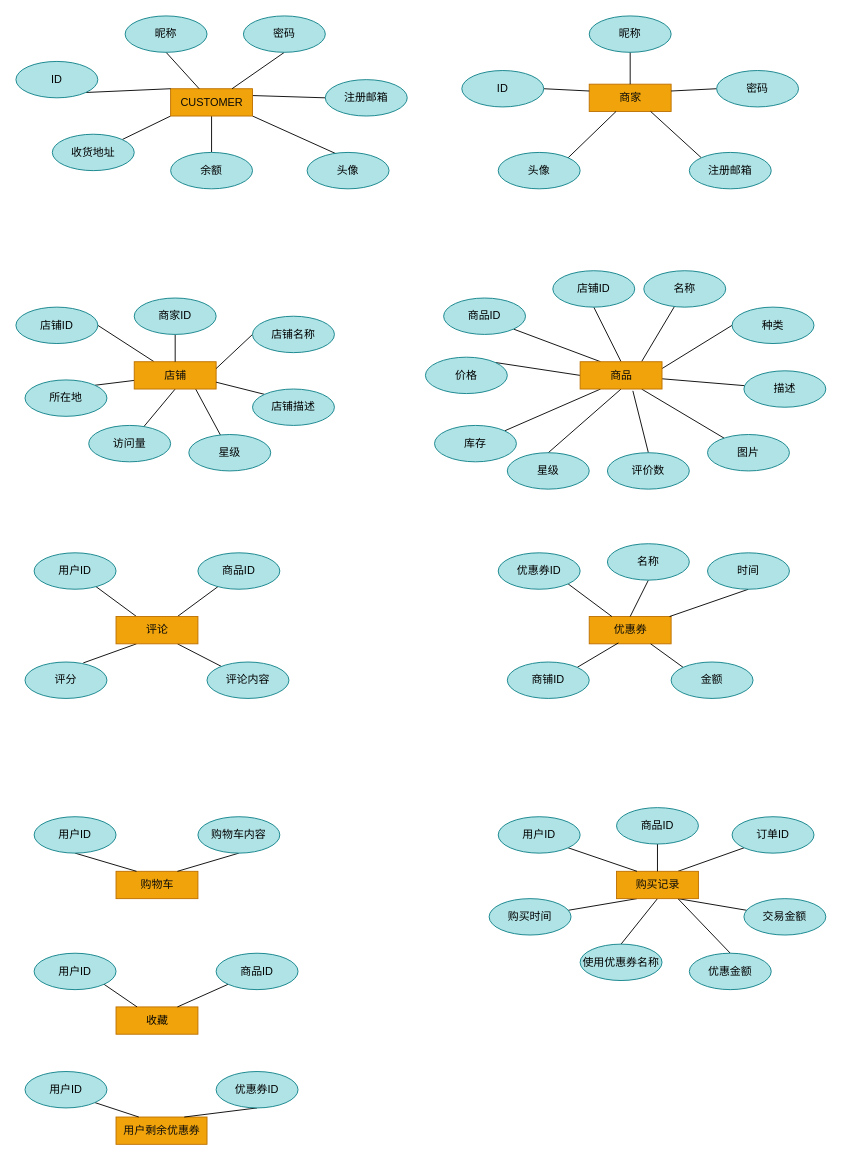
Anlarry/TaoQi keeps this draw.io diagram as page "Page-3" (3 of 3) of Untitled Diagram.drawio. Above is the earlier version. Source tidied: cells renumbered, new cells numbered last; positions are measured from the earlier drawing's top-left corner, leaving out a move shared by most shapes. Both pictures are drawn from the tidied source at 91%, with x=0, y=0 at pixel (15, 15).
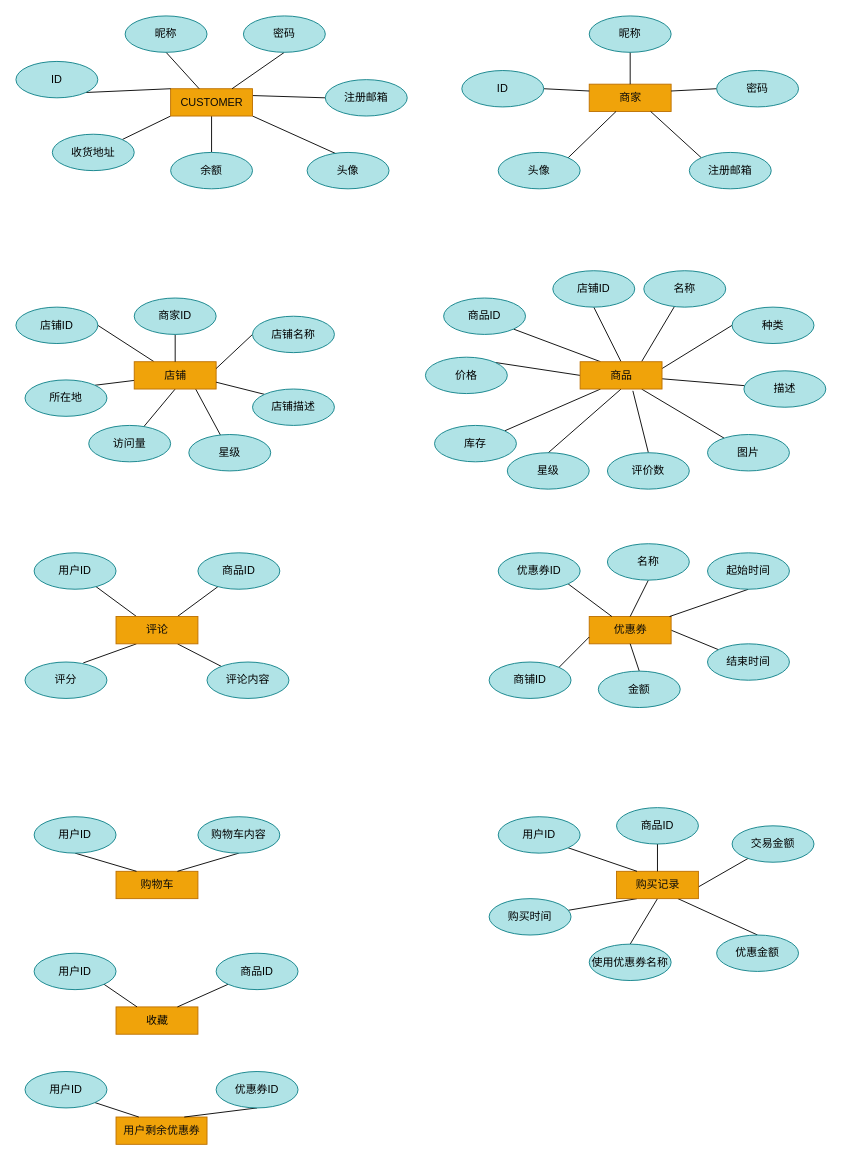
The same diagram, later.

The change refers to these unchanged cells:
```xml
<mxCell id="73" value="&lt;font color=&quot;#0A0A0A&quot;&gt;优惠券&lt;/font&gt;" style="html=1;dashed=0;whitespace=wrap;fillColor=#f0a30a;strokeColor=#BD7000;fontColor=#ffffff;" parent="1" vertex="1">
  <mxGeometry x="630" y="660" width="90" height="30" as="geometry" />
</mxCell>
<mxCell id="92" value="&lt;font color=&quot;#0A0A0A&quot;&gt;购买记录&lt;/font&gt;" style="html=1;dashed=0;whitespace=wrap;fillColor=#f0a30a;strokeColor=#BD7000;fontColor=#ffffff;" parent="1" vertex="1">
  <mxGeometry x="660" y="940" width="90" height="30" as="geometry" />
</mxCell>
```

What changed in the source:
```diff
@@
+    <mxCell id="114" style="edgeStyle=none;rounded=0;jettySize=auto;html=1;exitX=1;exitY=0.5;exitDx=0;exitDy=0;endArrow=none;endFill=0;" parent="1" edge="1" source="73" target="115">
+      <mxGeometry relative="1" as="geometry" />
+    </mxCell>
@@
-    <mxCell id="74" style="edgeStyle=none;rounded=0;jettySize=auto;html=1;exitX=1;exitY=0;exitDx=0;exitDy=0;entryX=0.356;entryY=0.967;entryDx=0;entryDy=0;entryPerimeter=0;endArrow=none;endFill=0;" parent="1" edge="1" source="75" target="73">
+    <mxCell id="74" style="edgeStyle=none;rounded=0;jettySize=auto;html=1;exitX=1;exitY=0;exitDx=0;exitDy=0;entryX=0;entryY=0.75;entryDx=0;entryDy=0;endArrow=none;endFill=0;" parent="1" edge="1" source="75" target="73">
       <mxGeometry relative="1" as="geometry" />
     </mxCell>
     <mxCell id="75" value="商铺ID" style="ellipse;whiteSpace=wrap;html=1;fillColor=#b0e3e6;strokeColor=#0e8088;" parent="1" vertex="1">
-      <mxGeometry x="540" y="710" width="90" height="40" as="geometry" />
+      <mxGeometry x="520" y="710" width="90" height="40" as="geometry" />
     </mxCell>
@@
-    <mxCell id="77" value="时间" style="ellipse;whiteSpace=wrap;html=1;fillColor=#b0e3e6;strokeColor=#0e8088;" parent="1" vertex="1">
+    <mxCell id="77" value="起始时间" style="ellipse;whiteSpace=wrap;html=1;fillColor=#b0e3e6;strokeColor=#0e8088;" parent="1" vertex="1">
       <mxGeometry x="760" y="590" width="90" height="40" as="geometry" />
     </mxCell>
-    <mxCell id="78" style="edgeStyle=none;rounded=0;jettySize=auto;html=1;exitX=0;exitY=0;exitDx=0;exitDy=0;entryX=0.75;entryY=1;entryDx=0;entryDy=0;endArrow=none;endFill=0;" parent="1" edge="1" source="79" target="73">
+    <mxCell id="78" style="edgeStyle=none;rounded=0;jettySize=auto;html=1;exitX=0.5;exitY=0;exitDx=0;exitDy=0;entryX=0.5;entryY=1;entryDx=0;entryDy=0;endArrow=none;endFill=0;" parent="1" edge="1" source="79" target="73">
       <mxGeometry relative="1" as="geometry" />
     </mxCell>
     <mxCell id="79" value="金额" style="ellipse;whiteSpace=wrap;html=1;fillColor=#b0e3e6;strokeColor=#0e8088;" parent="1" vertex="1">
-      <mxGeometry x="720" y="710" width="90" height="40" as="geometry" />
+      <mxGeometry x="640" y="720" width="90" height="40" as="geometry" />
     </mxCell>
@@
-    <mxCell id="87" style="edgeStyle=none;rounded=0;jettySize=auto;html=1;exitX=0.75;exitY=0;exitDx=0;exitDy=0;entryX=0;entryY=1;entryDx=0;entryDy=0;endArrow=none;endFill=0;" parent="1" edge="1" source="92" target="98">
-      <mxGeometry relative="1" as="geometry" />
-    </mxCell>
@@
-    <mxCell id="98" value="订单ID" style="ellipse;whiteSpace=wrap;html=1;fillColor=#b0e3e6;strokeColor=#0e8088;" parent="1" vertex="1">
-      <mxGeometry x="787" y="880" width="90" height="40" as="geometry" />
-    </mxCell>
     <mxCell id="99" value="交易金额" style="ellipse;whiteSpace=wrap;html=1;fillColor=#b0e3e6;strokeColor=#0e8088;" parent="1" vertex="1">
-      <mxGeometry x="800" y="970" width="90" height="40" as="geometry" />
+      <mxGeometry x="787" y="890" width="90" height="40" as="geometry" />
     </mxCell>
@@
     <mxCell id="105" value="使用优惠券名称" style="ellipse;whiteSpace=wrap;html=1;fillColor=#b0e3e6;strokeColor=#0e8088;" parent="1" vertex="1">
-      <mxGeometry x="620" y="1020" width="90" height="40" as="geometry" />
+      <mxGeometry x="630" y="1020" width="90" height="40" as="geometry" />
     </mxCell>
@@
     <mxCell id="108" value="优惠金额" style="ellipse;whiteSpace=wrap;html=1;fillColor=#b0e3e6;strokeColor=#0e8088;" parent="1" vertex="1">
-      <mxGeometry x="740" y="1030" width="90" height="40" as="geometry" />
+      <mxGeometry x="770" y="1010" width="90" height="40" as="geometry" />
     </mxCell>
@@
+    <mxCell id="115" value="结束时间" style="ellipse;whiteSpace=wrap;html=1;fillColor=#b0e3e6;strokeColor=#0e8088;" parent="1" vertex="1">
+      <mxGeometry x="760" y="690" width="90" height="40" as="geometry" />
+    </mxCell>
```
